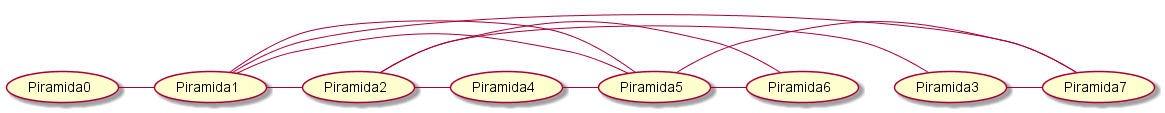
ignisyooo/MATH_graphs keeps this PlantUML diagram as TombsSearching/uml.png. Above is the earlier version. Source of this version:
```plantuml
@startuml
(Piramida0) - (Piramida1)
(Piramida1) - (Piramida2)
(Piramida1) - (Piramida5)
(Piramida1) - (Piramida7)
(Piramida2) - (Piramida3)
(Piramida2) - (Piramida4)
(Piramida3) - (Piramida7)
(Piramida4) - (Piramida5)
(Piramida5) - (Piramida7)
(Piramida5) - (Piramida6)
(Piramida5) - (Piramida1)
(Piramida6) - (Piramida2)
@enduml
```
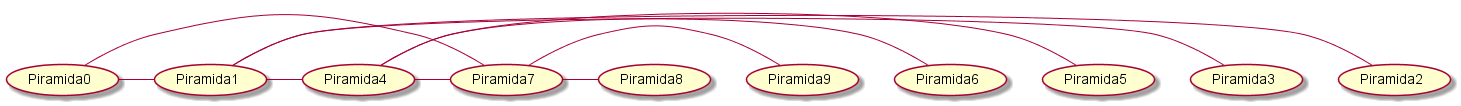
Later version of the same file.

The edit, as a diff of the source:
```diff
@@ -1,14 +1,12 @@
 @startuml
 (Piramida0) - (Piramida1)
 (Piramida1) - (Piramida2)
-(Piramida1) - (Piramida5)
-(Piramida1) - (Piramida7)
-(Piramida2) - (Piramida3)
-(Piramida2) - (Piramida4)
-(Piramida3) - (Piramida7)
+(Piramida1) - (Piramida3)
+(Piramida1) - (Piramida4)
 (Piramida4) - (Piramida5)
-(Piramida5) - (Piramida7)
-(Piramida5) - (Piramida6)
-(Piramida5) - (Piramida1)
-(Piramida6) - (Piramida2)
+(Piramida4) - (Piramida6)
+(Piramida4) - (Piramida7)
+(Piramida7) - (Piramida8)
+(Piramida7) - (Piramida9)
+(Piramida7) - (Piramida0)
 @enduml
```
